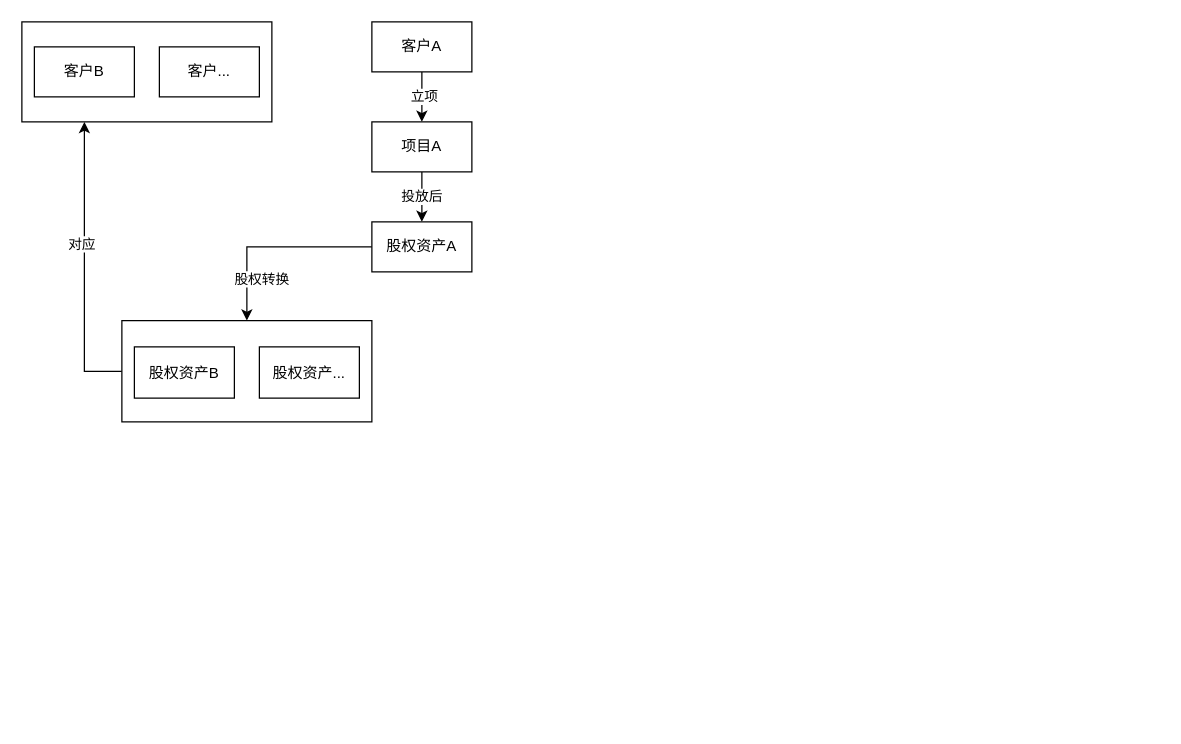
BxcGit/draw keeps this draw.io diagram as 业务.drawio. Above is the earlier version. Source tidied: cells renumbered, new cells numbered last; positions are measured from the earlier drawing's top-left corner, leaving out a move shared by most shapes. Both pictures are drawn from the tidied source at 125%, with x=0, y=0 at pixel (21, 21).
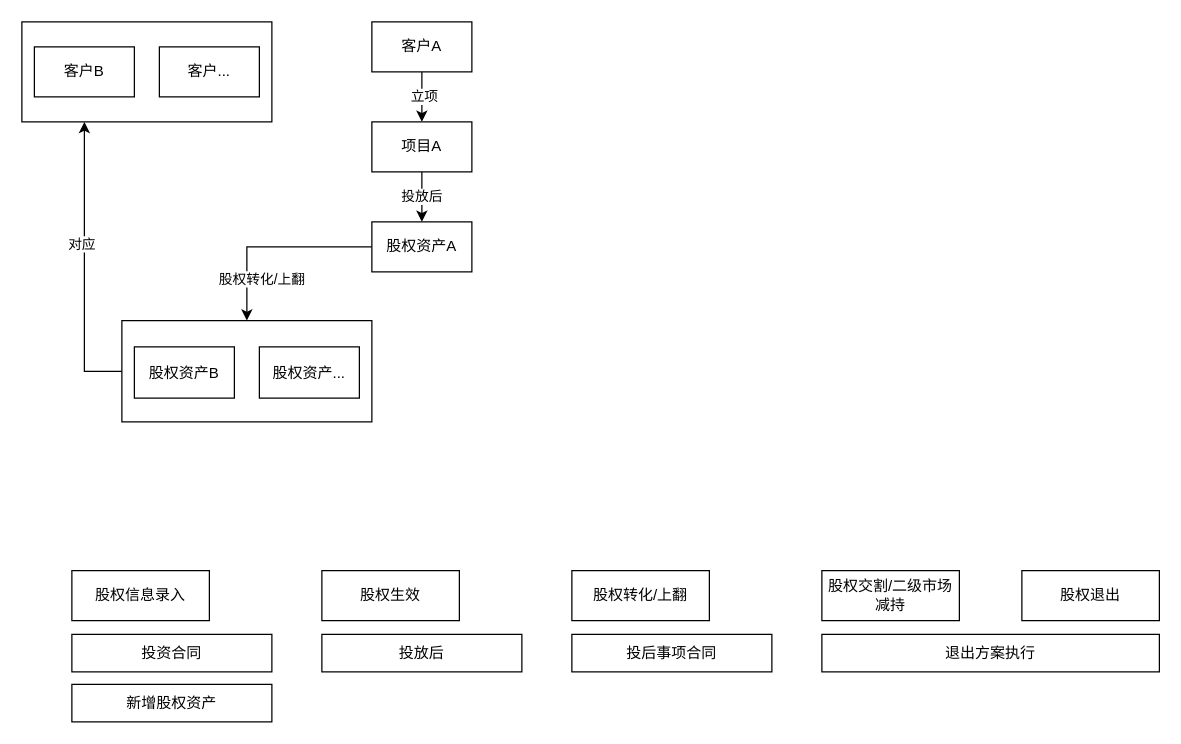
Above is the later version.

The change refers to these unchanged cells:
```xml
<mxCell id="12" style="edgeStyle=orthogonalEdgeStyle;rounded=0;jettySize=auto;html=1;entryX=0.5;entryY=0;entryDx=0;entryDy=0;exitX=0;exitY=0.5;exitDx=0;exitDy=0;" parent="1" edge="1" source="14" target="4">
  <mxGeometry relative="1" as="geometry" />
</mxCell>
```

What changed in the source:
```diff
@@
-    <mxCell id="13" value="股权转换" style="edgeLabel;html=1;align=center;verticalAlign=middle;" parent="12" vertex="1">
+    <mxCell id="13" value="股权转化/上翻" style="edgeLabel;html=1;align=center;verticalAlign=middle;" parent="12" vertex="1">
       <mxGeometry x="0.17" y="1" relative="1" as="geometry">
         <mxPoint x="4" y="24" as="offset" />
       </mxGeometry>
     </mxCell>
@@
+    <mxCell id="19" value="投资合同" style="rounded=0;whiteSpace=wrap;html=1;" parent="1" vertex="1">
+      <mxGeometry x="40" y="490" width="160" height="30" as="geometry" />
+    </mxCell>
+    <mxCell id="20" value="股权信息录入" style="rounded=0;whiteSpace=wrap;html=1;" parent="1" vertex="1">
+      <mxGeometry x="40" y="439" width="110" height="40" as="geometry" />
+    </mxCell>
+    <mxCell id="21" value="新增股权资产" style="rounded=0;whiteSpace=wrap;html=1;" parent="1" vertex="1">
+      <mxGeometry x="40" y="530" width="160" height="30" as="geometry" />
+    </mxCell>
+    <mxCell id="22" value="投放后" style="rounded=0;whiteSpace=wrap;html=1;" parent="1" vertex="1">
+      <mxGeometry x="240" y="490" width="160" height="30" as="geometry" />
+    </mxCell>
+    <mxCell id="23" value="股权生效" style="rounded=0;whiteSpace=wrap;html=1;" parent="1" vertex="1">
+      <mxGeometry x="240" y="439" width="110" height="40" as="geometry" />
+    </mxCell>
+    <mxCell id="24" value="投后事项合同" style="rounded=0;whiteSpace=wrap;html=1;" parent="1" vertex="1">
+      <mxGeometry x="440" y="490" width="160" height="30" as="geometry" />
+    </mxCell>
+    <mxCell id="25" value="股权转化/上翻" style="rounded=0;whiteSpace=wrap;html=1;" parent="1" vertex="1">
+      <mxGeometry x="440" y="439" width="110" height="40" as="geometry" />
+    </mxCell>
+    <mxCell id="26" value="退出方案执行" style="rounded=0;whiteSpace=wrap;html=1;" parent="1" vertex="1">
+      <mxGeometry x="640" y="490" width="270" height="30" as="geometry" />
+    </mxCell>
+    <mxCell id="27" value="股权交割/二级市场减持" style="rounded=0;whiteSpace=wrap;html=1;" parent="1" vertex="1">
+      <mxGeometry x="640" y="439" width="110" height="40" as="geometry" />
+    </mxCell>
+    <mxCell id="28" value="股权退出" style="rounded=0;whiteSpace=wrap;html=1;" parent="1" vertex="1">
+      <mxGeometry x="800" y="439" width="110" height="40" as="geometry" />
+    </mxCell>
```
